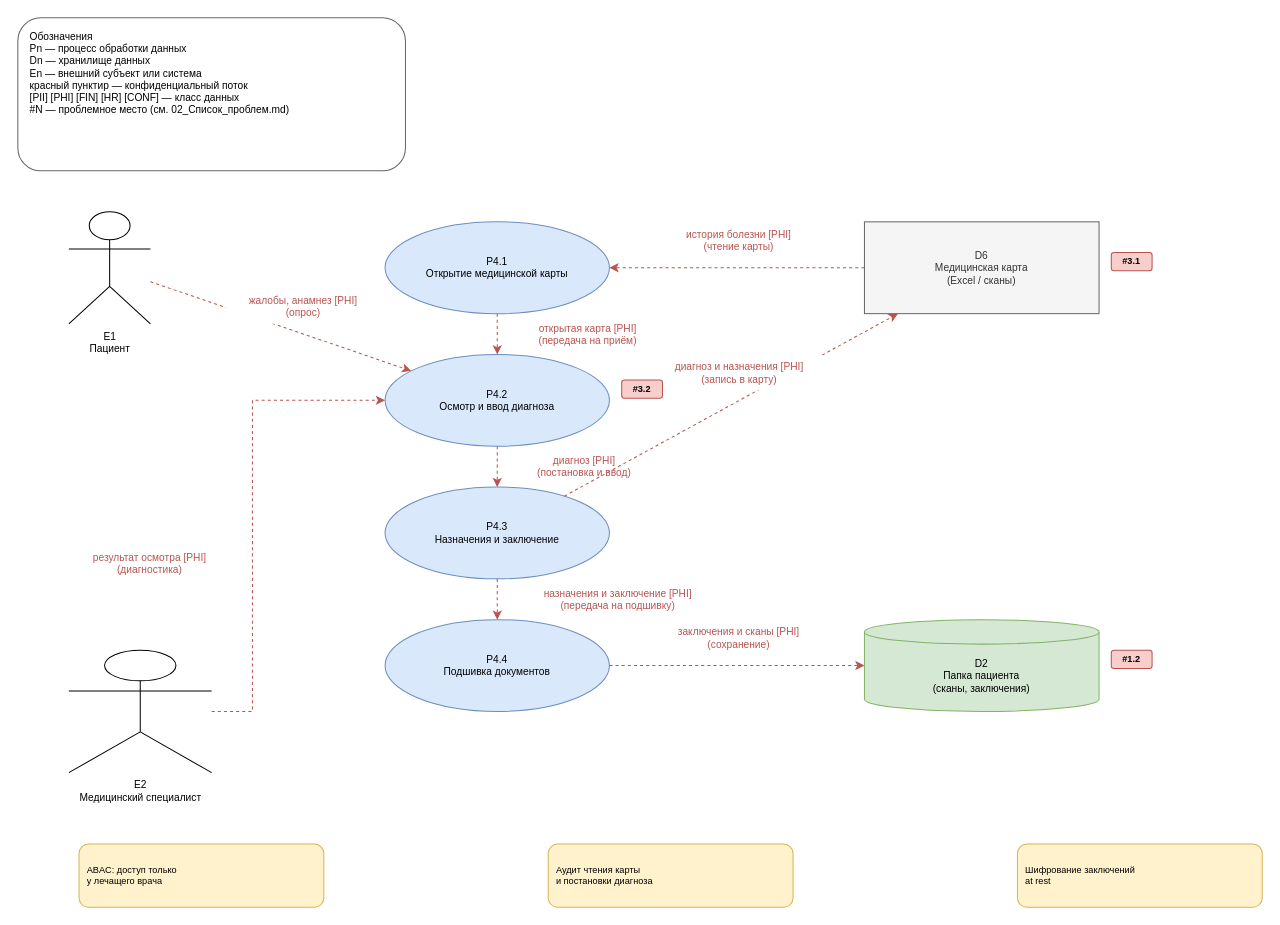
Before: Task1/DFD_TO-BE/DFD_4L2_Приём у врача (декомпозиция)_TO-BE.drawio in IlyaLivingstone/architecture-medikamente, a draw.io diagram. Source tidied: cells renumbered, new cells numbered last; positions are measured from the earlier drawing's top-left corner, leaving out a move shared by most shapes. Both pictures are drawn from the tidied source at 102%, with x=0, y=0 at pixel (17, 17).
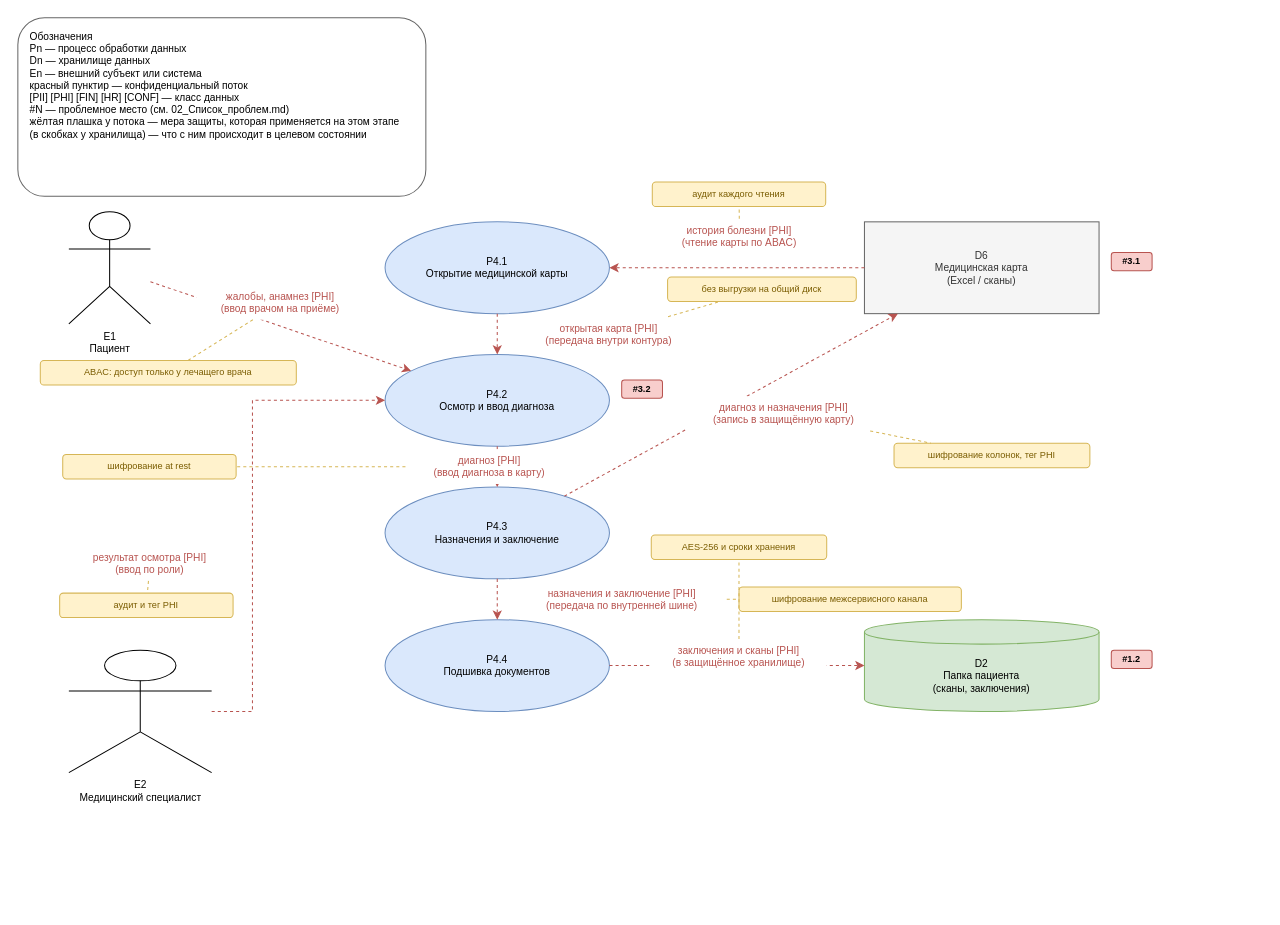
Above is the later version.

The edit, as a diff of the source:
```diff
@@
-    <mxCell id="11" value="история болезни [PHI]&lt;br&gt;(чтение карты)" style="rounded=0;whiteSpace=wrap;html=1;align=center;verticalAlign=middle;fillColor=#ffffff;strokeColor=none;fontSize=10;fontColor=#b85450;" parent="1" vertex="1">
-      <mxGeometry x="631" y="201" width="152" height="34" as="geometry" />
+    <mxCell id="11" value="история болезни [PHI]&lt;br&gt;(чтение карты по ABAC)" style="rounded=0;whiteSpace=wrap;html=1;align=center;verticalAlign=middle;fillColor=#ffffff;strokeColor=none;fontSize=10;fontColor=#b85450;" parent="1" vertex="1">
+      <mxGeometry x="628" y="197" width="159" height="34" as="geometry" />
     </mxCell>
+    <mxCell id="33" value="аудит каждого чтения" style="rounded=1;whiteSpace=wrap;html=1;fontSize=9;fillColor=#fff2cc;strokeColor=#d6b656;fontColor=#7a5c00;align=center;verticalAlign=middle;spacingLeft=4;spacingRight=4;" parent="1" vertex="1">
+      <mxGeometry x="622" y="161" width="170" height="24" as="geometry" />
+    </mxCell>
+    <mxCell id="34" style="html=1;endArrow=none;rounded=0;dashed=1;strokeColor=#d6b656;strokeWidth=1;" parent="1" edge="1" source="11" target="33">
+      <mxGeometry relative="1" as="geometry" />
+    </mxCell>
@@
-    <mxCell id="13" value="жалобы, анамнез [PHI]&lt;br&gt;(опрос)" style="rounded=0;whiteSpace=wrap;html=1;align=center;verticalAlign=middle;fillColor=#ffffff;strokeColor=none;fontSize=10;fontColor=#b85450;" parent="1" vertex="1">
-      <mxGeometry x="204" y="266" width="152" height="34" as="geometry" />
+    <mxCell id="13" value="жалобы, анамнез [PHI]&lt;br&gt;(ввод врачом на приёме)" style="rounded=0;whiteSpace=wrap;html=1;align=center;verticalAlign=middle;fillColor=#ffffff;strokeColor=none;fontSize=10;fontColor=#b85450;" parent="1" vertex="1">
+      <mxGeometry x="175" y="262" width="165" height="34" as="geometry" />
     </mxCell>
+    <mxCell id="29" value="ABAC: доступ только у лечащего врача" style="rounded=1;whiteSpace=wrap;html=1;fontSize=9;fillColor=#fff2cc;strokeColor=#d6b656;fontColor=#7a5c00;align=center;verticalAlign=middle;spacingLeft=4;spacingRight=4;" parent="1" vertex="1">
+      <mxGeometry x="22" y="336" width="251" height="24" as="geometry" />
+    </mxCell>
+    <mxCell id="35" style="html=1;endArrow=none;rounded=0;dashed=1;strokeColor=#d6b656;strokeWidth=1;" parent="1" edge="1" source="13" target="29">
+      <mxGeometry relative="1" as="geometry" />
+    </mxCell>
@@
-    <mxCell id="15" value="результат осмотра [PHI]&lt;br&gt;(диагностика)" style="rounded=0;whiteSpace=wrap;html=1;align=center;verticalAlign=middle;fillColor=#ffffff;strokeColor=none;fontSize=10;fontColor=#b85450;" parent="1" vertex="1">
+    <mxCell id="15" value="результат осмотра [PHI]&lt;br&gt;(ввод по роли)" style="rounded=0;whiteSpace=wrap;html=1;align=center;verticalAlign=middle;fillColor=#ffffff;strokeColor=none;fontSize=10;fontColor=#b85450;" parent="1" vertex="1">
       <mxGeometry x="47" y="518" width="165" height="34" as="geometry" />
     </mxCell>
+    <mxCell id="36" value="аудит и тег PHI" style="rounded=1;whiteSpace=wrap;html=1;fontSize=9;fillColor=#fff2cc;strokeColor=#d6b656;fontColor=#7a5c00;align=center;verticalAlign=middle;spacingLeft=4;spacingRight=4;" parent="1" vertex="1">
+      <mxGeometry x="41" y="564" width="170" height="24" as="geometry" />
+    </mxCell>
+    <mxCell id="37" style="html=1;endArrow=none;rounded=0;dashed=1;strokeColor=#d6b656;strokeWidth=1;" parent="1" edge="1" source="15" target="36">
+      <mxGeometry relative="1" as="geometry" />
+    </mxCell>
@@
-    <mxCell id="17" value="открытая карта [PHI]&lt;br&gt;(передача на приём)" style="rounded=0;whiteSpace=wrap;html=1;align=center;verticalAlign=middle;fillColor=#ffffff;strokeColor=none;fontSize=10;fontColor=#b85450;" parent="1" vertex="1">
-      <mxGeometry x="486" y="293" width="146" height="34" as="geometry" />
+    <mxCell id="17" value="открытая карта [PHI]&lt;br&gt;(передача внутри контура)" style="rounded=0;whiteSpace=wrap;html=1;align=center;verticalAlign=middle;fillColor=#ffffff;strokeColor=none;fontSize=10;fontColor=#b85450;" parent="1" vertex="1">
+      <mxGeometry x="490" y="293" width="179" height="34" as="geometry" />
     </mxCell>
+    <mxCell id="38" value="без выгрузки на общий диск" style="rounded=1;whiteSpace=wrap;html=1;fontSize=9;fillColor=#fff2cc;strokeColor=#d6b656;fontColor=#7a5c00;align=center;verticalAlign=middle;spacingLeft=4;spacingRight=4;" parent="1" vertex="1">
+      <mxGeometry x="637" y="254" width="185" height="24" as="geometry" />
+    </mxCell>
+    <mxCell id="39" style="html=1;endArrow=none;rounded=0;dashed=1;strokeColor=#d6b656;strokeWidth=1;" parent="1" edge="1" source="17" target="38">
+      <mxGeometry relative="1" as="geometry" />
+    </mxCell>
@@
-    <mxCell id="19" value="диагноз [PHI]&lt;br&gt;(постановка и ввод)" style="rounded=0;whiteSpace=wrap;html=1;align=center;verticalAlign=middle;fillColor=#ffffff;strokeColor=none;fontSize=10;fontColor=#b85450;" parent="1" vertex="1">
-      <mxGeometry x="486" y="423" width="139" height="34" as="geometry" />
+    <mxCell id="19" value="диагноз [PHI]&lt;br&gt;(ввод диагноза в карту)" style="rounded=0;whiteSpace=wrap;html=1;align=center;verticalAlign=middle;fillColor=#ffffff;strokeColor=none;fontSize=10;fontColor=#b85450;" parent="1" vertex="1">
+      <mxGeometry x="380" y="423" width="165" height="34" as="geometry" />
     </mxCell>
+    <mxCell id="40" value="шифрование at rest" style="rounded=1;whiteSpace=wrap;html=1;fontSize=9;fillColor=#fff2cc;strokeColor=#d6b656;fontColor=#7a5c00;align=center;verticalAlign=middle;spacingLeft=4;spacingRight=4;" parent="1" vertex="1">
+      <mxGeometry x="44" y="428" width="170" height="24" as="geometry" />
+    </mxCell>
+    <mxCell id="41" style="html=1;endArrow=none;rounded=0;dashed=1;strokeColor=#d6b656;strokeWidth=1;" parent="1" edge="1" source="19" target="40">
+      <mxGeometry relative="1" as="geometry" />
+    </mxCell>
@@
-    <mxCell id="21" value="назначения и заключение [PHI]&lt;br&gt;(передача на подшивку)" style="rounded=0;whiteSpace=wrap;html=1;align=center;verticalAlign=middle;fillColor=#ffffff;strokeColor=none;fontSize=10;fontColor=#b85450;" parent="1" vertex="1">
-      <mxGeometry x="486" y="553" width="205" height="34" as="geometry" />
+    <mxCell id="21" value="назначения и заключение [PHI]&lt;br&gt;(передача по внутренней шине)" style="rounded=0;whiteSpace=wrap;html=1;align=center;verticalAlign=middle;fillColor=#ffffff;strokeColor=none;fontSize=10;fontColor=#b85450;" parent="1" vertex="1">
+      <mxGeometry x="490" y="553" width="205" height="34" as="geometry" />
     </mxCell>
+    <mxCell id="42" value="шифрование межсервисного канала" style="rounded=1;whiteSpace=wrap;html=1;fontSize=9;fillColor=#fff2cc;strokeColor=#d6b656;fontColor=#7a5c00;align=center;verticalAlign=middle;spacingLeft=4;spacingRight=4;" parent="1" vertex="1">
+      <mxGeometry x="707" y="558" width="218" height="24" as="geometry" />
+    </mxCell>
+    <mxCell id="43" style="html=1;endArrow=none;rounded=0;dashed=1;strokeColor=#d6b656;strokeWidth=1;" parent="1" edge="1" source="21" target="42">
+      <mxGeometry relative="1" as="geometry" />
+    </mxCell>
@@
-    <mxCell id="23" value="диагноз и назначения [PHI]&lt;br&gt;(запись в карту)" style="rounded=0;whiteSpace=wrap;html=1;align=center;verticalAlign=middle;fillColor=#ffffff;strokeColor=none;fontSize=10;fontColor=#b85450;" parent="1" vertex="1">
-      <mxGeometry x="615" y="331" width="185" height="34" as="geometry" />
+    <mxCell id="23" value="диагноз и назначения [PHI]&lt;br&gt;(запись в защищённую карту)" style="rounded=0;whiteSpace=wrap;html=1;align=center;verticalAlign=middle;fillColor=#ffffff;strokeColor=none;fontSize=10;fontColor=#b85450;" parent="1" vertex="1">
+      <mxGeometry x="655" y="371" width="192" height="34" as="geometry" />
     </mxCell>
+    <mxCell id="44" value="шифрование колонок, тег PHI" style="rounded=1;whiteSpace=wrap;html=1;fontSize=9;fillColor=#fff2cc;strokeColor=#d6b656;fontColor=#7a5c00;align=center;verticalAlign=middle;spacingLeft=4;spacingRight=4;" parent="1" vertex="1">
+      <mxGeometry x="859" y="417" width="192" height="24" as="geometry" />
+    </mxCell>
+    <mxCell id="45" style="html=1;endArrow=none;rounded=0;dashed=1;strokeColor=#d6b656;strokeWidth=1;" parent="1" edge="1" source="23" target="44">
+      <mxGeometry relative="1" as="geometry" />
+    </mxCell>
@@
-    <mxCell id="25" value="заключения и сканы [PHI]&lt;br&gt;(сохранение)" style="rounded=0;whiteSpace=wrap;html=1;align=center;verticalAlign=middle;fillColor=#ffffff;strokeColor=none;fontSize=10;fontColor=#b85450;" parent="1" vertex="1">
-      <mxGeometry x="621" y="591" width="172" height="34" as="geometry" />
+    <mxCell id="25" value="заключения и сканы [PHI]&lt;br&gt;(в защищённое хранилище)" style="rounded=0;whiteSpace=wrap;html=1;align=center;verticalAlign=middle;fillColor=#ffffff;strokeColor=none;fontSize=10;fontColor=#b85450;" parent="1" vertex="1">
+      <mxGeometry x="621" y="609" width="172" height="34" as="geometry" />
     </mxCell>
+    <mxCell id="46" value="AES-256 и сроки хранения" style="rounded=1;whiteSpace=wrap;html=1;fontSize=9;fillColor=#fff2cc;strokeColor=#d6b656;fontColor=#7a5c00;align=center;verticalAlign=middle;spacingLeft=4;spacingRight=4;" parent="1" vertex="1">
+      <mxGeometry x="621" y="507" width="172" height="24" as="geometry" />
+    </mxCell>
+    <mxCell id="47" style="html=1;endArrow=none;rounded=0;dashed=1;strokeColor=#d6b656;strokeWidth=1;" parent="1" edge="1" source="25" target="46">
+      <mxGeometry relative="1" as="geometry" />
+    </mxCell>
@@
-    <mxCell id="29" value="ABAC: доступ только&lt;br&gt;у лечащего врача" style="rounded=1;whiteSpace=wrap;html=1;fontSize=9;fillColor=#fff2cc;strokeColor=#d6b656;align=left;spacingLeft=6;" parent="1" vertex="1">
-      <mxGeometry x="60" y="810" width="240" height="62" as="geometry" />
-    </mxCell>
-    <mxCell id="30" value="Аудит чтения карты&lt;br&gt;и постановки диагноза" style="rounded=1;whiteSpace=wrap;html=1;fontSize=9;fillColor=#fff2cc;strokeColor=#d6b656;align=left;spacingLeft=6;" parent="1" vertex="1">
-      <mxGeometry x="520" y="810" width="240" height="62" as="geometry" />
-    </mxCell>
-    <mxCell id="31" value="Шифрование заключений&lt;br&gt;at rest" style="rounded=1;whiteSpace=wrap;html=1;fontSize=9;fillColor=#fff2cc;strokeColor=#d6b656;align=left;spacingLeft=6;" parent="1" vertex="1">
-      <mxGeometry x="980" y="810" width="240" height="62" as="geometry" />
-    </mxCell>
-    <mxCell id="32" value="Обозначения&lt;br&gt;Pn — процесс обработки данных&lt;br&gt;Dn — хранилище данных&lt;br&gt;En — внешний субъект или система&lt;br&gt;красный пунктир — конфиденциальный поток&lt;br&gt;[PII] [PHI] [FIN] [HR] [CONF] — класс данных&lt;br&gt;#N — проблемное место (см. 02_Список_проблем.md)" style="rounded=1;whiteSpace=wrap;html=1;fontSize=10;fillColor=#ffffff;strokeColor=#666666;align=left;verticalAlign=top;spacingLeft=10;spacingTop=6;" parent="1" vertex="1">
-      <mxGeometry width="380" height="150" as="geometry" />
+    <mxCell id="32" value="Обозначения&lt;br&gt;Pn — процесс обработки данных&lt;br&gt;Dn — хранилище данных&lt;br&gt;En — внешний субъект или система&lt;br&gt;красный пунктир — конфиденциальный поток&lt;br&gt;[PII] [PHI] [FIN] [HR] [CONF] — класс данных&lt;br&gt;#N — проблемное место (см. 02_Список_проблем.md)&lt;br&gt;жёлтая плашка у потока — мера защиты, которая применяется на этом этапе&lt;br&gt;(в скобках у хранилища) — что с ним происходит в целевом состоянии" style="rounded=1;whiteSpace=wrap;html=1;fontSize=10;fillColor=#ffffff;strokeColor=#666666;align=left;verticalAlign=top;spacingLeft=10;spacingTop=6;" parent="1" vertex="1">
+      <mxGeometry width="400" height="175" as="geometry" />
     </mxCell>
```
